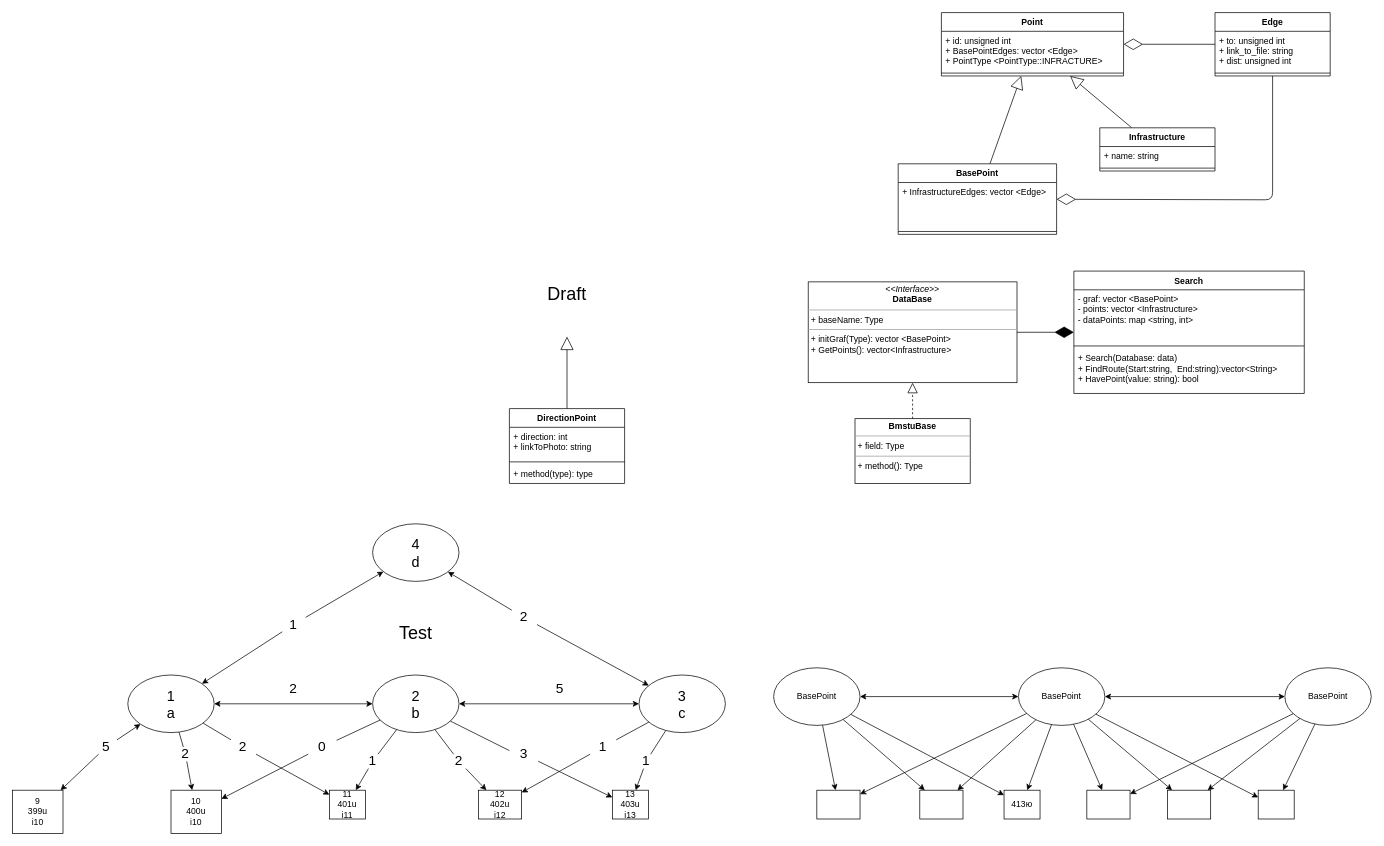
The draw.io diagram docs/bmstuNavigator.drawio in mmikhail2001/BmstuNavigator, before the edit. Source tidied: cells renumbered, new cells numbered last; positions are measured from the earlier drawing's top-left corner, leaving out a move shared by most shapes. Both pictures are drawn from the tidied source at 72%, with x=0, y=0 at pixel (12, 12).
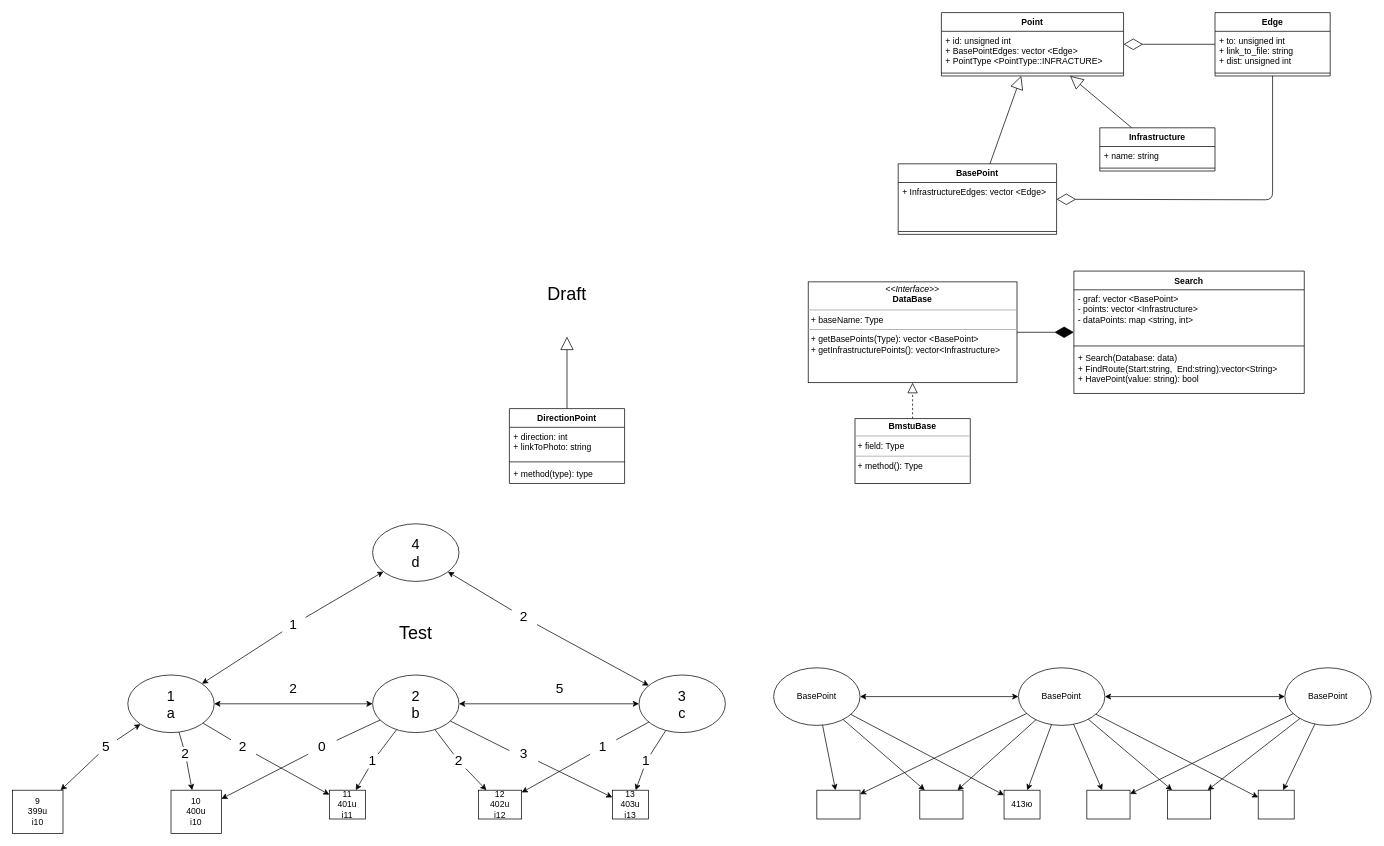
The same diagram, later.

Change to the diagram source:
```diff
@@
-    <mxCell id="2" value="&lt;p style=&quot;margin: 0px ; margin-top: 4px ; text-align: center&quot;&gt;&lt;i&gt;&amp;lt;&amp;lt;Interface&amp;gt;&amp;gt;&lt;/i&gt;&lt;br&gt;&lt;b&gt;DataBase&lt;/b&gt;&lt;/p&gt;&lt;hr size=&quot;1&quot;&gt;&lt;p style=&quot;margin: 0px ; margin-left: 4px&quot;&gt;+ baseName: Type&lt;/p&gt;&lt;hr size=&quot;1&quot;&gt;&lt;p style=&quot;margin: 0px ; margin-left: 4px&quot;&gt;+ initGraf(Type): vector &amp;lt;BasePoint&amp;gt;&lt;/p&gt;&lt;p style=&quot;margin: 0px ; margin-left: 4px&quot;&gt;+ GetPoints(): vector&amp;lt;Infrastructure&amp;gt;&lt;/p&gt;" style="verticalAlign=top;align=left;overflow=fill;fontSize=12;fontFamily=Helvetica;html=1;" parent="1" vertex="1">
+    <mxCell id="2" value="&lt;p style=&quot;margin: 0px ; margin-top: 4px ; text-align: center&quot;&gt;&lt;i&gt;&amp;lt;&amp;lt;Interface&amp;gt;&amp;gt;&lt;/i&gt;&lt;br&gt;&lt;b&gt;DataBase&lt;/b&gt;&lt;/p&gt;&lt;hr size=&quot;1&quot;&gt;&lt;p style=&quot;margin: 0px ; margin-left: 4px&quot;&gt;+ baseName: Type&lt;/p&gt;&lt;hr size=&quot;1&quot;&gt;&lt;p style=&quot;margin: 0px ; margin-left: 4px&quot;&gt;+ getBasePoints&lt;span&gt;(Type): vector &amp;lt;BasePoint&amp;gt;&lt;/span&gt;&lt;/p&gt;&lt;p style=&quot;margin: 0px ; margin-left: 4px&quot;&gt;+ getInfrastructurePoints(): vector&amp;lt;Infrastructure&amp;gt;&lt;/p&gt;" style="verticalAlign=top;align=left;overflow=fill;fontSize=12;fontFamily=Helvetica;html=1;" parent="1" vertex="1">
       <mxGeometry x="1105" y="374" width="290" height="140" as="geometry" />
     </mxCell>
```
